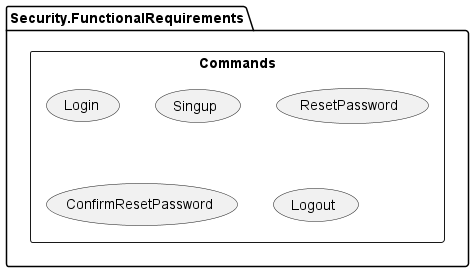
Earlier version of the PlantUML export 4+1View/Scenarios/Use Cases by Requirements/use_cases_security.png (jmanuelsoberano/CleanArchitectureNetCoreTemplate). The source it was exported from:
```plantuml
@startuml

package [Security.FunctionalRequirements] {
    rectangle Commands {
        usecase Login
        usecase Singup
        usecase ResetPassword
        usecase ConfirmResetPassword
        usecase Logout
    }
}

@enduml
```
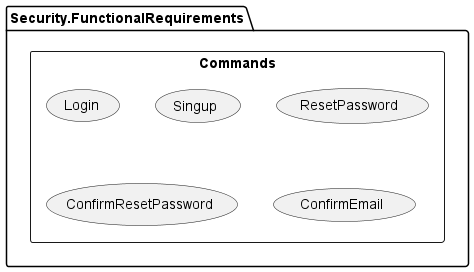
The same diagram one commit later.

Commit message:
Update Diagrams PlanUML & README

What changed in the source:
```diff
@@ -6,7 +6,7 @@
         usecase Singup
         usecase ResetPassword
         usecase ConfirmResetPassword
-        usecase Logout
+        usecase ConfirmEmail
     }
 }
 
```
